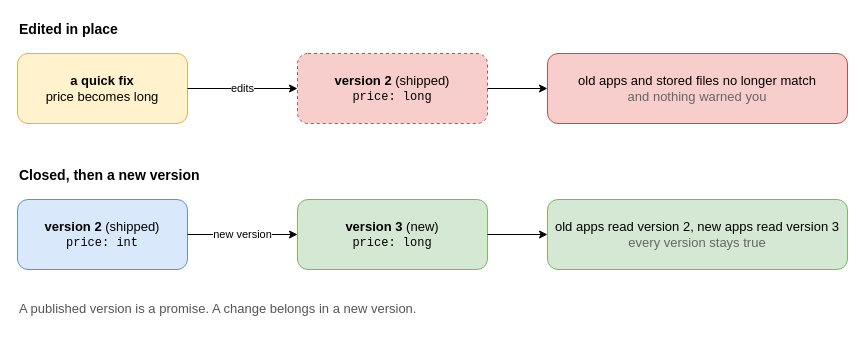
goloveshin/galimatron_doc keeps this draw.io diagram as drawio/58_published_stays_closed.drawio. Above is the earlier version. Source tidied: cells renumbered, new cells numbered last; positions are measured from the earlier drawing's top-left corner, leaving out a move shared by most shapes. Both pictures are drawn from the tidied source at 100%, with x=0, y=0 at pixel (17, 17).
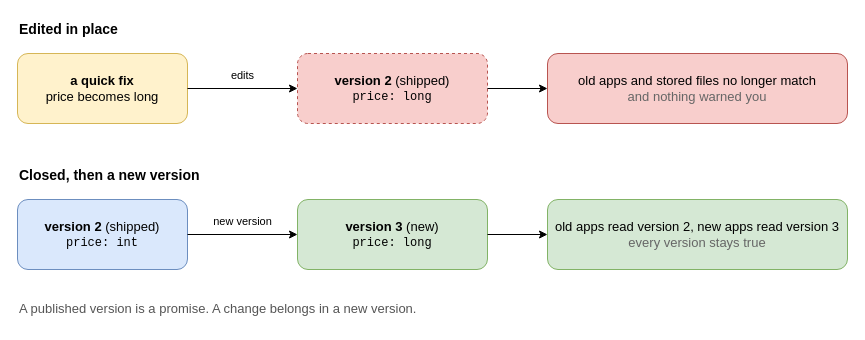
The same page after the edit.

The edit, as a diff of the source:
```diff
@@
 <mxGraphModel>
   <root>
     <mxCell id="0" />
     <mxCell id="1" parent="0" />
     <mxCell id="2" value="&lt;b&gt;Edited in place&lt;/b&gt;" style="text;html=1;whiteSpace=wrap;verticalAlign=middle;align=left;fontSize=14;" parent="1" vertex="1">
       <mxGeometry width="400" height="24" as="geometry" />
     </mxCell>
     <mxCell id="3" value="&lt;b&gt;a quick fix&lt;/b&gt;&lt;br&gt;price becomes long" style="rounded=1;whiteSpace=wrap;html=1;fillColor=#fff2cc;strokeColor=#d6b656;fontSize=13;" parent="1" vertex="1">
       <mxGeometry y="36" width="170" height="70" as="geometry" />
     </mxCell>
     <mxCell id="4" value="&lt;b&gt;version 2&lt;/b&gt; (shipped)&lt;br&gt;&lt;font face=&quot;Courier New&quot; style=&quot;font-size:12px&quot;&gt;price: long&lt;/font&gt;" style="rounded=1;whiteSpace=wrap;html=1;fillColor=#f8cecc;strokeColor=#b85450;dashed=1;fontSize=13;" parent="1" vertex="1">
       <mxGeometry x="280" y="36" width="190" height="70" as="geometry" />
     </mxCell>
     <mxCell id="5" value="old apps and stored files no longer match&lt;br&gt;&lt;font color=&quot;#666666&quot;&gt;and nothing warned you&lt;/font&gt;" style="rounded=1;whiteSpace=wrap;html=1;fillColor=#f8cecc;strokeColor=#b85450;fontSize=13;" parent="1" vertex="1">
       <mxGeometry x="530" y="36" width="300" height="70" as="geometry" />
     </mxCell>
-    <mxCell id="6" value="edits" style="endArrow=classic;html=1;edgeStyle=none;labelBackgroundColor=#ffffff;" parent="1" edge="1" source="3" target="4">
-      <mxGeometry relative="1" as="geometry" />
+    <mxCell id="6" value="edits" style="endArrow=classic;html=1;edgeStyle=none;" parent="1" edge="1" source="3" target="4">
+      <mxGeometry relative="1" as="geometry">
+        <mxPoint y="-13" as="offset" />
+      </mxGeometry>
     </mxCell>
     <mxCell id="7" style="endArrow=classic;html=1;edgeStyle=none;labelBackgroundColor=#ffffff;" parent="1" edge="1" source="4" target="5">
       <mxGeometry relative="1" as="geometry" />
     </mxCell>
     <mxCell id="8" value="&lt;b&gt;Closed, then a new version&lt;/b&gt;" style="text;html=1;whiteSpace=wrap;verticalAlign=middle;align=left;fontSize=14;" parent="1" vertex="1">
       <mxGeometry y="146" width="500" height="24" as="geometry" />
     </mxCell>
     <mxCell id="9" value="&lt;b&gt;version 2&lt;/b&gt; (shipped)&lt;br&gt;&lt;font face=&quot;Courier New&quot; style=&quot;font-size:12px&quot;&gt;price: int&lt;/font&gt;" style="rounded=1;whiteSpace=wrap;html=1;fillColor=#dae8fc;strokeColor=#6c8ebf;fontSize=13;" parent="1" vertex="1">
       <mxGeometry y="182" width="170" height="70" as="geometry" />
     </mxCell>
     <mxCell id="10" value="&lt;b&gt;version 3&lt;/b&gt; (new)&lt;br&gt;&lt;font face=&quot;Courier New&quot; style=&quot;font-size:12px&quot;&gt;price: long&lt;/font&gt;" style="rounded=1;whiteSpace=wrap;html=1;fillColor=#d5e8d4;strokeColor=#82b366;fontSize=13;" parent="1" vertex="1">
       <mxGeometry x="280" y="182" width="190" height="70" as="geometry" />
     </mxCell>
     <mxCell id="11" value="old apps read version 2, new apps read version 3&lt;br&gt;&lt;font color=&quot;#666666&quot;&gt;every version stays true&lt;/font&gt;" style="rounded=1;whiteSpace=wrap;html=1;fillColor=#d5e8d4;strokeColor=#82b366;fontSize=13;" parent="1" vertex="1">
       <mxGeometry x="530" y="182" width="300" height="70" as="geometry" />
     </mxCell>
-    <mxCell id="12" value="new version" style="endArrow=classic;html=1;edgeStyle=none;labelBackgroundColor=#ffffff;" parent="1" edge="1" source="9" target="10">
-      <mxGeometry relative="1" as="geometry" />
+    <mxCell id="12" value="new version" style="endArrow=classic;html=1;edgeStyle=none;" parent="1" edge="1" source="9" target="10">
+      <mxGeometry relative="1" as="geometry">
+        <mxPoint y="-13" as="offset" />
+      </mxGeometry>
     </mxCell>
     <mxCell id="13" style="endArrow=classic;html=1;edgeStyle=none;labelBackgroundColor=#ffffff;" parent="1" edge="1" source="10" target="11">
       <mxGeometry relative="1" as="geometry" />
     </mxCell>
     <mxCell id="14" value="A published version is a promise. A change belongs in a new version." style="text;html=1;whiteSpace=wrap;verticalAlign=middle;align=left;fontSize=13;fontColor=#555555;" parent="1" vertex="1">
       <mxGeometry y="276" width="830" height="30" as="geometry" />
     </mxCell>
   </root>
 </mxGraphModel>
```
